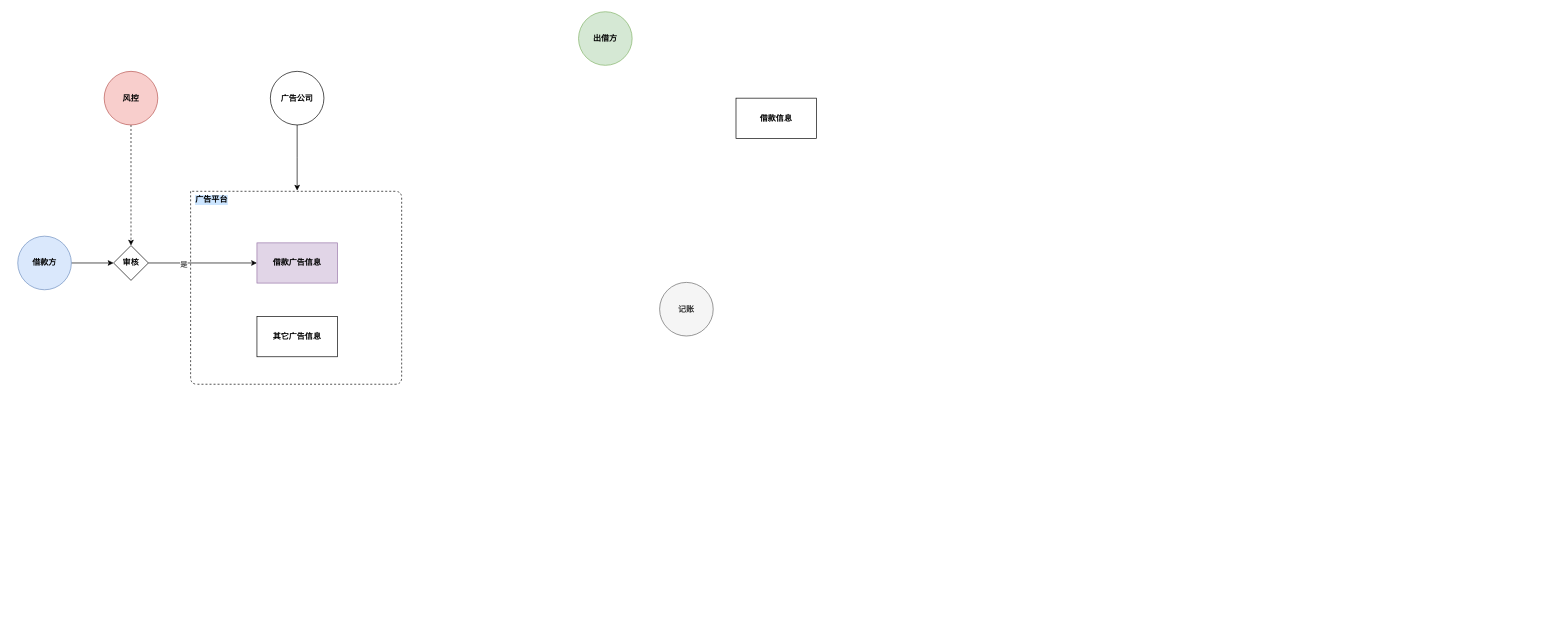
yiuked/diagram keeps this draw.io diagram as object.drawio. Above is the earlier version. Source tidied: cells renumbered, new cells numbered last; positions are measured from the earlier drawing's top-left corner, leaving out a move shared by most shapes. Both pictures are drawn from the tidied source at 67%, with x=0, y=0 at pixel (17, 11).
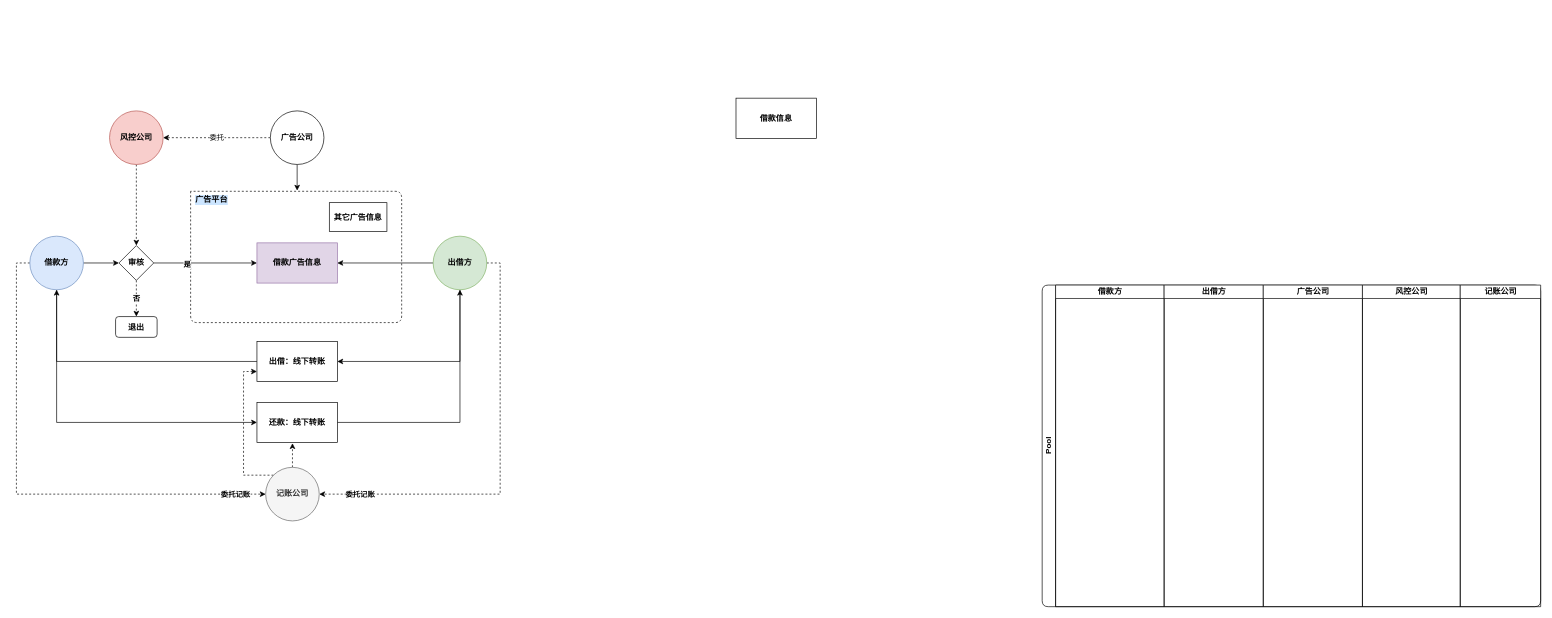
The same diagram, later.

The change refers to these unchanged cells:
```xml
<mxCell id="2" value="借款广告信息" style="rounded=0;whiteSpace=wrap;html=1;fontStyle=1;fillColor=#e1d5e7;strokeColor=#9673a6;" parent="1" vertex="1">
  <mxGeometry x="357" y="345" width="120" height="60" as="geometry" />
</mxCell>
<mxCell id="13" style="edgeStyle=orthogonalEdgeStyle;rounded=0;jettySize=auto;html=1;exitX=1;exitY=0.5;exitDx=0;exitDy=0;" parent="1" edge="1" source="15" target="2">
  <mxGeometry relative="1" as="geometry" />
</mxCell>
```

Change to the diagram source:
```diff
@@
+    <mxCell id="18" style="edgeStyle=orthogonalEdgeStyle;rounded=0;jettySize=auto;html=1;exitX=0.5;exitY=1;exitDx=0;exitDy=0;entryX=0;entryY=0.5;entryDx=0;entryDy=0;" parent="1" edge="1" source="4" target="39">
+      <mxGeometry relative="1" as="geometry" />
+    </mxCell>
+    <mxCell id="19" style="edgeStyle=orthogonalEdgeStyle;rounded=0;jettySize=auto;html=1;exitX=0;exitY=0.5;exitDx=0;exitDy=0;entryX=0;entryY=0.5;entryDx=0;entryDy=0;dashed=1;" parent="1" edge="1" source="4" target="8">
+      <mxGeometry relative="1" as="geometry" />
+    </mxCell>
+    <mxCell id="20" value="委托记账" style="edgeLabel;html=1;align=center;verticalAlign=middle;fontStyle=1;" parent="19" vertex="1">
+      <mxGeometry x="0.28" y="2" relative="1" as="geometry">
+        <mxPoint x="219" y="2" as="offset" />
+      </mxGeometry>
+    </mxCell>
     <mxCell id="4" value="借款方" style="ellipse;whiteSpace=wrap;html=1;fillColor=#dae8fc;strokeColor=#6c8ebf;fontStyle=1;" parent="1" vertex="1">
-      <mxGeometry y="335" width="80" height="80" as="geometry" />
+      <mxGeometry x="18" y="335" width="80" height="80" as="geometry" />
     </mxCell>
+    <mxCell id="21" style="edgeStyle=orthogonalEdgeStyle;rounded=0;jettySize=auto;html=1;exitX=0;exitY=0.5;exitDx=0;exitDy=0;entryX=1;entryY=0.5;entryDx=0;entryDy=0;" parent="1" edge="1" source="5" target="2">
+      <mxGeometry relative="1" as="geometry" />
+    </mxCell>
+    <mxCell id="22" style="edgeStyle=orthogonalEdgeStyle;rounded=0;jettySize=auto;html=1;exitX=0.5;exitY=1;exitDx=0;exitDy=0;entryX=1;entryY=0.5;entryDx=0;entryDy=0;" parent="1" edge="1" source="5" target="31">
+      <mxGeometry relative="1" as="geometry" />
+    </mxCell>
+    <mxCell id="23" style="edgeStyle=orthogonalEdgeStyle;rounded=0;jettySize=auto;html=1;exitX=1;exitY=0.5;exitDx=0;exitDy=0;entryX=1;entryY=0.5;entryDx=0;entryDy=0;dashed=1;" parent="1" edge="1" source="5" target="8">
+      <mxGeometry relative="1" as="geometry" />
+    </mxCell>
+    <mxCell id="24" value="委托记账" style="edgeLabel;html=1;align=center;verticalAlign=middle;fontStyle=1;" parent="23" vertex="1">
+      <mxGeometry x="0.81" relative="1" as="geometry" />
+    </mxCell>
     <mxCell id="5" value="出借方" style="ellipse;whiteSpace=wrap;html=1;fillColor=#d5e8d4;strokeColor=#82b366;fontStyle=1;" parent="1" vertex="1">
-      <mxGeometry x="837" width="80" height="80" as="geometry" />
+      <mxGeometry x="620" y="335" width="80" height="80" as="geometry" />
     </mxCell>
@@
-    <mxCell id="7" value="风控" style="ellipse;whiteSpace=wrap;html=1;fillColor=#f8cecc;strokeColor=#b85450;fontStyle=1;" parent="1" vertex="1">
-      <mxGeometry x="129" y="89" width="80" height="80" as="geometry" />
+    <mxCell id="7" value="风控公司" style="ellipse;whiteSpace=wrap;html=1;fillColor=#f8cecc;strokeColor=#b85450;fontStyle=1;" parent="1" vertex="1">
+      <mxGeometry x="137" y="148" width="80" height="80" as="geometry" />
     </mxCell>
+    <mxCell id="25" style="edgeStyle=orthogonalEdgeStyle;rounded=0;jettySize=auto;html=1;exitX=0.5;exitY=0;exitDx=0;exitDy=0;entryX=0.442;entryY=1.017;entryDx=0;entryDy=0;entryPerimeter=0;dashed=1;" parent="1" edge="1" source="8" target="39">
+      <mxGeometry relative="1" as="geometry" />
+    </mxCell>
+    <mxCell id="26" style="edgeStyle=orthogonalEdgeStyle;rounded=0;jettySize=auto;html=1;exitX=0;exitY=0;exitDx=0;exitDy=0;entryX=0;entryY=0.75;entryDx=0;entryDy=0;dashed=1;" parent="1" edge="1" source="8" target="31">
+      <mxGeometry relative="1" as="geometry">
+        <Array as="points">
+          <mxPoint x="337" y="692" />
+          <mxPoint x="337" y="537" />
+        </Array>
+      </mxGeometry>
+    </mxCell>
-    <mxCell id="8" value="记账" style="ellipse;whiteSpace=wrap;html=1;fillColor=#f5f5f5;strokeColor=#666666;fontColor=#333333;fontStyle=1;" parent="1" vertex="1">
-      <mxGeometry x="958" y="404" width="80" height="80" as="geometry" />
+    <mxCell id="8" value="记账公司" style="ellipse;whiteSpace=wrap;html=1;fillColor=#f5f5f5;strokeColor=#666666;fontColor=#333333;fontStyle=1;" parent="1" vertex="1">
+      <mxGeometry x="370" y="680" width="80" height="80" as="geometry" />
     </mxCell>
@@
+    <mxCell id="27" value="委托" style="edgeStyle=orthogonalEdgeStyle;rounded=0;jettySize=auto;html=1;exitX=0;exitY=0.5;exitDx=0;exitDy=0;dashed=1;" parent="1" edge="1" source="11" target="7">
+      <mxGeometry relative="1" as="geometry" />
+    </mxCell>
     <mxCell id="11" value="广告公司" style="ellipse;whiteSpace=wrap;html=1;fontStyle=1;" parent="1" vertex="1">
-      <mxGeometry x="377" y="89" width="80" height="80" as="geometry" />
+      <mxGeometry x="377" y="148" width="80" height="80" as="geometry" />
     </mxCell>
     <mxCell id="12" style="endArrow=none;dashed=1;html=1;" parent="1" edge="1">
       <mxGeometry relative="1" as="geometry">
         <mxPoint x="258" y="268" as="sourcePoint" />
         <mxPoint x="258" y="268" as="targetPoint" />
         <Array as="points">
-          <mxPoint x="258" y="556" />
-          <mxPoint x="573" y="556" />
+          <mxPoint x="258" y="464" />
+          <mxPoint x="573" y="464" />
           <mxPoint x="573" y="268" />
         </Array>
       </mxGeometry>
     </mxCell>
@@
-    <mxCell id="14" value="是" style="edgeLabel;html=1;align=center;verticalAlign=middle;" parent="13" vertex="1">
+    <mxCell id="14" value="是" style="edgeLabel;html=1;align=center;verticalAlign=middle;fontStyle=1;" parent="13" vertex="1">
       <mxGeometry x="-0.36" y="-2" relative="1" as="geometry" />
     </mxCell>
+    <mxCell id="28" value="否" style="edgeStyle=orthogonalEdgeStyle;rounded=0;jettySize=auto;html=1;exitX=0.5;exitY=1;exitDx=0;exitDy=0;dashed=1;fontStyle=1;" parent="1" edge="1" source="15" target="29">
+      <mxGeometry relative="1" as="geometry">
+        <Array as="points">
+          <mxPoint x="177" y="411" />
+          <mxPoint x="177" y="411" />
+        </Array>
+      </mxGeometry>
+    </mxCell>
     <mxCell id="15" value="审核" style="rhombus;whiteSpace=wrap;html=1;fontStyle=1;" parent="1" vertex="1">
-      <mxGeometry x="143" y="349" width="52" height="52" as="geometry" />
+      <mxGeometry x="151" y="349" width="52" height="52" as="geometry" />
     </mxCell>
@@
     <mxCell id="17" value="其它广告信息" style="rounded=0;whiteSpace=wrap;html=1;fontStyle=1;" parent="1" vertex="1">
-      <mxGeometry x="357" y="455" width="120" height="60" as="geometry" />
+      <mxGeometry x="465" y="285" width="86" height="43" as="geometry" />
     </mxCell>
+    <mxCell id="29" value="退出" style="rounded=1;whiteSpace=wrap;html=1;shadow=0;glass=0;labelBackgroundColor=none;strokeWidth=1;fontStyle=1;" parent="1" vertex="1">
+      <mxGeometry x="146" y="455" width="62" height="31" as="geometry" />
+    </mxCell>
+    <mxCell id="30" style="edgeStyle=orthogonalEdgeStyle;rounded=0;jettySize=auto;html=1;exitX=0;exitY=0.5;exitDx=0;exitDy=0;entryX=0.5;entryY=1;entryDx=0;entryDy=0;" parent="1" edge="1" source="31" target="4">
+      <mxGeometry relative="1" as="geometry" />
+    </mxCell>
+    <mxCell id="31" value="出借：线下转账" style="rounded=0;whiteSpace=wrap;html=1;fontStyle=1;" parent="1" vertex="1">
+      <mxGeometry x="357" y="492" width="120" height="60" as="geometry" />
+    </mxCell>
+    <mxCell id="32" value="Pool" style="swimlane;html=1;startSize=20;horizontal=0;rounded=1;shadow=0;glass=0;labelBackgroundColor=none;strokeWidth=1;" parent="1" vertex="1">
+      <mxGeometry x="1529" y="408" width="744" height="480" as="geometry" />
+    </mxCell>
+    <mxCell id="33" value="借款方" style="swimlane;html=1;startSize=20;" parent="32" vertex="1">
+      <mxGeometry x="20" width="162" height="480" as="geometry" />
+    </mxCell>
+    <mxCell id="34" value="出借方" style="swimlane;html=1;startSize=20;" parent="32" vertex="1">
+      <mxGeometry x="182" width="148" height="480" as="geometry" />
+    </mxCell>
+    <mxCell id="35" value="广告公司" style="swimlane;html=1;startSize=20;" parent="32" vertex="1">
+      <mxGeometry x="330" width="148" height="480" as="geometry" />
+    </mxCell>
+    <mxCell id="36" value="风控公司" style="swimlane;html=1;startSize=20;" parent="32" vertex="1">
+      <mxGeometry x="478" width="146" height="480" as="geometry" />
+    </mxCell>
+    <mxCell id="37" value="记账公司" style="swimlane;html=1;startSize=20;" parent="32" vertex="1">
+      <mxGeometry x="624" width="120" height="480" as="geometry" />
+    </mxCell>
+    <mxCell id="38" style="edgeStyle=orthogonalEdgeStyle;rounded=0;jettySize=auto;html=1;exitX=1;exitY=0.5;exitDx=0;exitDy=0;entryX=0.5;entryY=1;entryDx=0;entryDy=0;" parent="1" edge="1" source="39" target="5">
+      <mxGeometry relative="1" as="geometry" />
+    </mxCell>
+    <mxCell id="39" value="还款：线下转账" style="rounded=0;whiteSpace=wrap;html=1;fontStyle=1;" parent="1" vertex="1">
+      <mxGeometry x="357" y="583" width="120" height="60" as="geometry" />
+    </mxCell>
```
